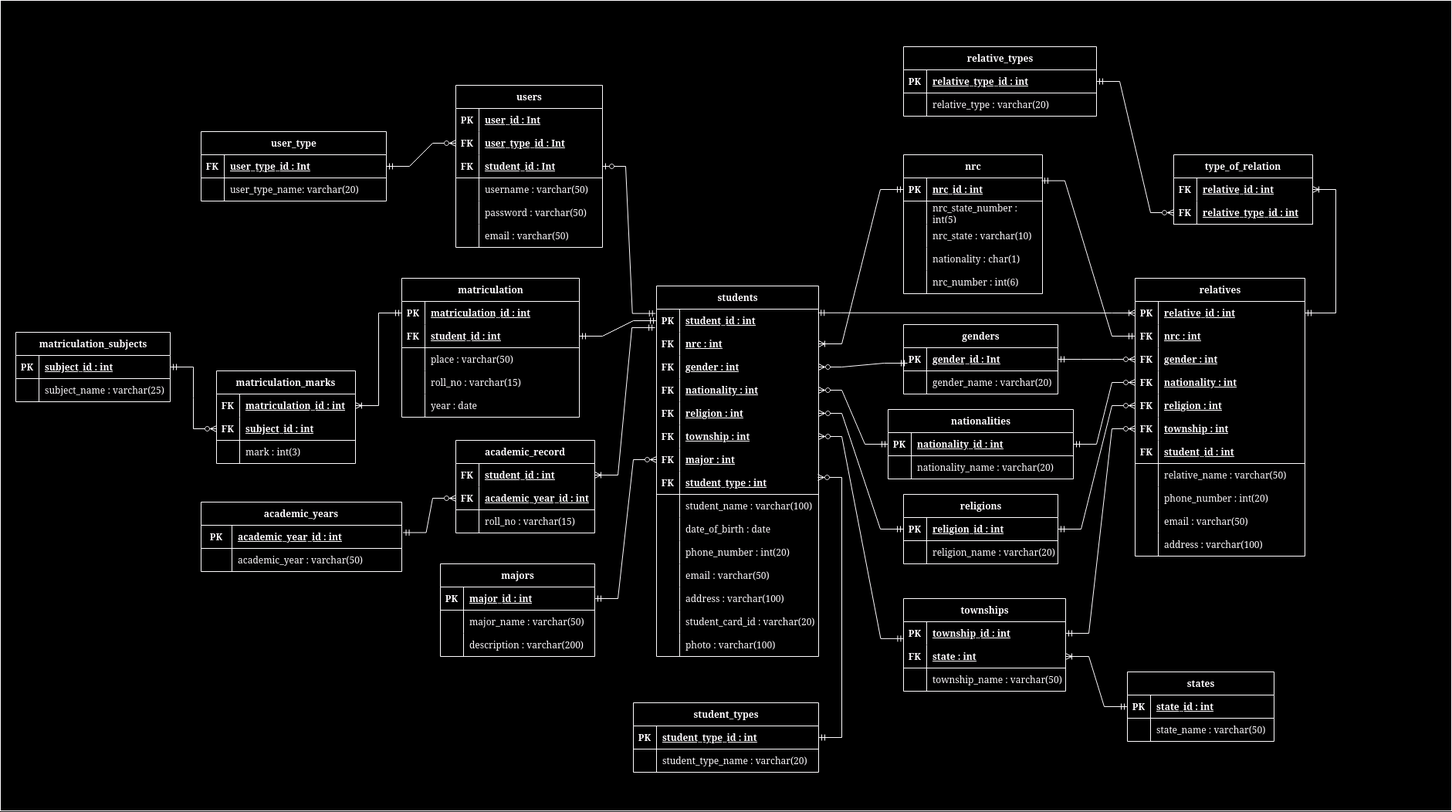
Above: database/database.drawio.png in shinjir0u/StudentRegistrationSystem (draw.io), before the change. Source tidied: cells renumbered, new cells last; positions are measured from the earlier drawing's top-left corner, leaving out a move shared by most shapes.
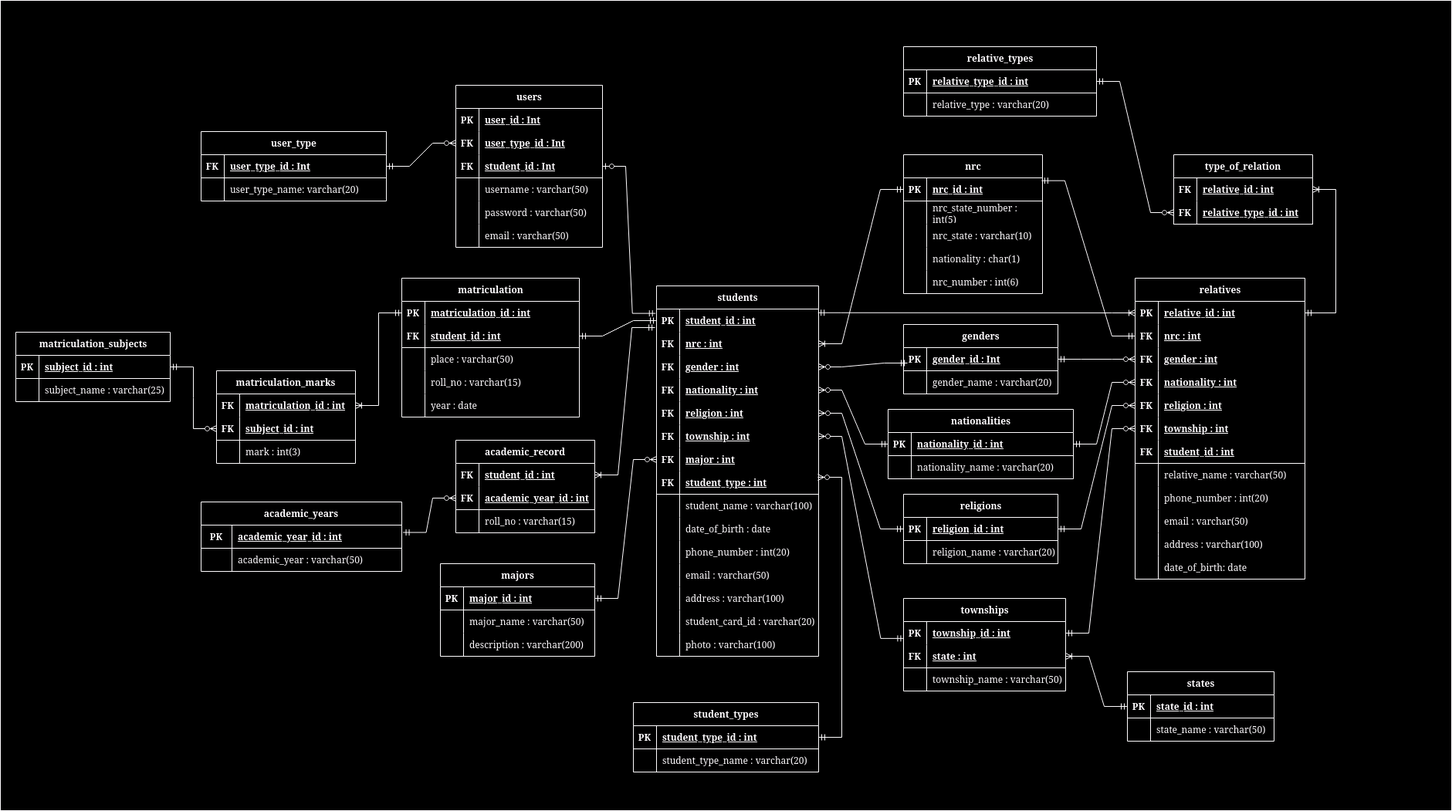
Later version of the same file.

Commit message:
Added DateOfBirth for relatives table

Change to the diagram source:
```diff
@@ -540,7 +540,7 @@
       </mxGeometry>
     </mxCell>
     <mxCell id="177" value="relatives" style="shape=table;startSize=30;rowLines=0;fontStyle=1;align=center;html=1;" parent="1" vertex="1">
-      <mxGeometry x="1470" y="720" width="220" height="360" as="geometry" />
+      <mxGeometry x="1470" y="720" width="220" height="390" as="geometry" />
     </mxCell>
     <mxCell id="178" style="shape=tableRow;horizontal=0;startSize=0;swimlaneHead=0;swimlaneBody=0;fillColor=none;points=[[0,0.5],[1,0.5]];portConstraint=eastwest;top=0;left=0;right=0;bottom=0;" parent="177" vertex="1">
       <mxGeometry y="30" width="220" height="30" as="geometry" />
@@ -641,6 +641,15 @@
     <mxCell id="210" value="address : varchar(100)" style="shape=partialRectangle;fillColor=none;top=0;left=0;bottom=0;right=0;align=left;spacingLeft=6;overflow=hidden;whiteSpace=wrap;html=1;" parent="208" vertex="1">
       <mxGeometry x="30" width="190" height="30" as="geometry" />
     </mxCell>
+    <mxCell id="267" style="shape=tableRow;horizontal=0;startSize=0;swimlaneHead=0;swimlaneBody=0;fillColor=none;top=0;left=0;right=0;bottom=0;" parent="177" vertex="1">
+      <mxGeometry y="360" width="220" height="30" as="geometry" />
+    </mxCell>
+    <mxCell id="268" style="shape=partialRectangle;fillColor=none;top=0;left=0;bottom=0;right=0;overflow=hidden;whiteSpace=wrap;html=1;" parent="267" vertex="1">
+      <mxGeometry width="30" height="30" as="geometry" />
+    </mxCell>
+    <mxCell id="269" value="date_of_birth: date" style="shape=partialRectangle;fillColor=none;top=0;left=0;bottom=0;right=0;align=left;spacingLeft=6;overflow=hidden;whiteSpace=wrap;html=1;" parent="267" vertex="1">
+      <mxGeometry x="30" width="190" height="30" as="geometry" />
+    </mxCell>
     <mxCell id="211" value="relative_types" style="shape=table;startSize=30;rowLines=0;fontStyle=1;align=center;html=1;" parent="1" vertex="1">
       <mxGeometry x="1170" y="420" width="250" height="90" as="geometry" />
     </mxCell>
```
